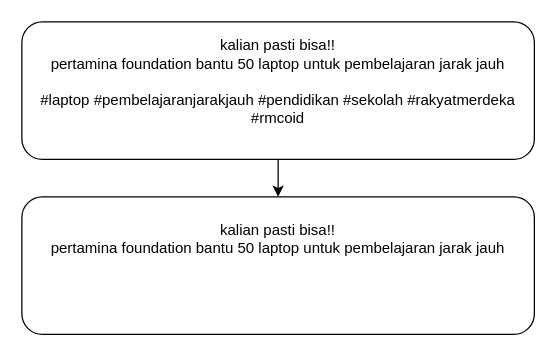
Above: Dokumen TA/Paper/Gambar/Proses Menghapus mention.drawio in muspriandi/TextMining-SentimentAnalysis (draw.io), before the change. Source tidied: cells renumbered, new cells numbered last; positions are measured from the earlier drawing's top-left corner, leaving out a move shared by most shapes. Both pictures are drawn from the tidied source at 125%, with x=0, y=0 at pixel (21, 21).
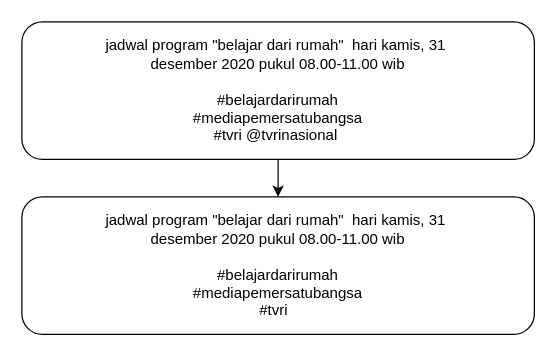
After the change.

What changed in the source:
```diff
@@
 <mxGraphModel>
   <root>
     <mxCell id="0" />
     <mxCell id="1" parent="0" />
     <mxCell id="2" style="edgeStyle=orthogonalEdgeStyle;rounded=0;jettySize=auto;html=1;entryX=0.5;entryY=0;entryDx=0;entryDy=0;" parent="1" edge="1" source="3" target="4">
       <mxGeometry relative="1" as="geometry" />
     </mxCell>
-    <mxCell id="3" value="&lt;div&gt;&lt;div&gt;kalian pasti bisa!!&lt;/div&gt;&lt;div&gt;pertamina foundation bantu 50 laptop untuk pembelajaran jarak jauh&lt;/div&gt;&lt;div&gt;&lt;br&gt;&lt;/div&gt;&lt;div&gt;#laptop #pembelajaranjarakjauh #pendidikan #sekolah #rakyatmerdeka #rmcoid&lt;/div&gt;&lt;div&gt;&lt;br&gt;&lt;/div&gt;&lt;/div&gt;" style="rounded=1;whiteSpace=wrap;html=1;align=center;" parent="1" vertex="1">
+    <mxCell id="3" value="&lt;div&gt;jadwal program &quot;belajar dari rumah&quot;&amp;nbsp; hari kamis, 31&amp;nbsp;&lt;/div&gt;&lt;div&gt;desember 2020 pukul 08.00-11.00 wib&lt;/div&gt;&lt;div&gt;&lt;br&gt;&lt;/div&gt;&lt;div&gt;#belajardarirumah&lt;/div&gt;&lt;div&gt;#mediapemersatubangsa&lt;/div&gt;&lt;div&gt;#tvri @tvrinasional&amp;nbsp;&lt;/div&gt;" style="rounded=1;whiteSpace=wrap;html=1;align=center;" parent="1" vertex="1">
       <mxGeometry width="410" height="110" as="geometry" />
     </mxCell>
-    <mxCell id="4" value="&lt;div&gt;kalian pasti bisa!!&lt;/div&gt;&lt;div&gt;pertamina foundation bantu 50 laptop untuk pembelajaran jarak jauh&lt;/div&gt;&lt;div&gt;&lt;br&gt;&lt;/div&gt;&lt;div&gt;&lt;br&gt;&lt;/div&gt;&lt;div&gt;&lt;br&gt;&lt;/div&gt;" style="rounded=1;whiteSpace=wrap;html=1;align=center;" parent="1" vertex="1">
+    <mxCell id="4" value="&lt;div&gt;&lt;div&gt;jadwal program &quot;belajar dari rumah&quot;&amp;nbsp; hari kamis, 31&amp;nbsp;&lt;/div&gt;&lt;div&gt;desember 2020 pukul 08.00-11.00 wib&lt;/div&gt;&lt;div&gt;&lt;br&gt;&lt;/div&gt;&lt;div&gt;#belajardarirumah&lt;/div&gt;&lt;div&gt;#mediapemersatubangsa&lt;/div&gt;&lt;div&gt;#tvri&amp;nbsp;&amp;nbsp;&lt;/div&gt;&lt;/div&gt;" style="rounded=1;whiteSpace=wrap;html=1;align=center;" parent="1" vertex="1">
       <mxGeometry y="140" width="410" height="110" as="geometry" />
     </mxCell>
   </root>
 </mxGraphModel>
```
